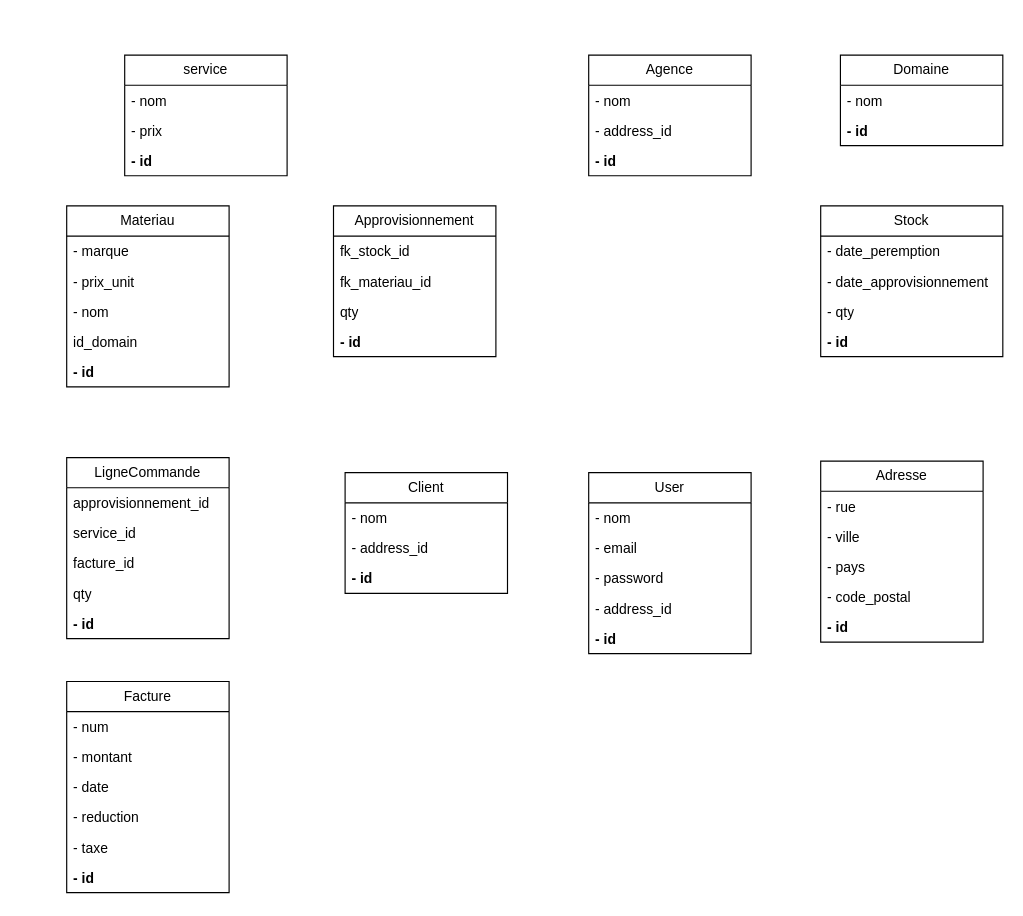
The draw.io diagram page "modele relationnel" (2 of 2) of revisions/guicopresse.drawio in arseneRuben/INF1094, before the edit. Source tidied: cells renumbered, new cells numbered last; positions are measured from the earlier drawing's top-left corner, leaving out a move shared by most shapes. Both pictures are drawn from the tidied source at 116%, with x=0, y=0 at pixel (66, 55).
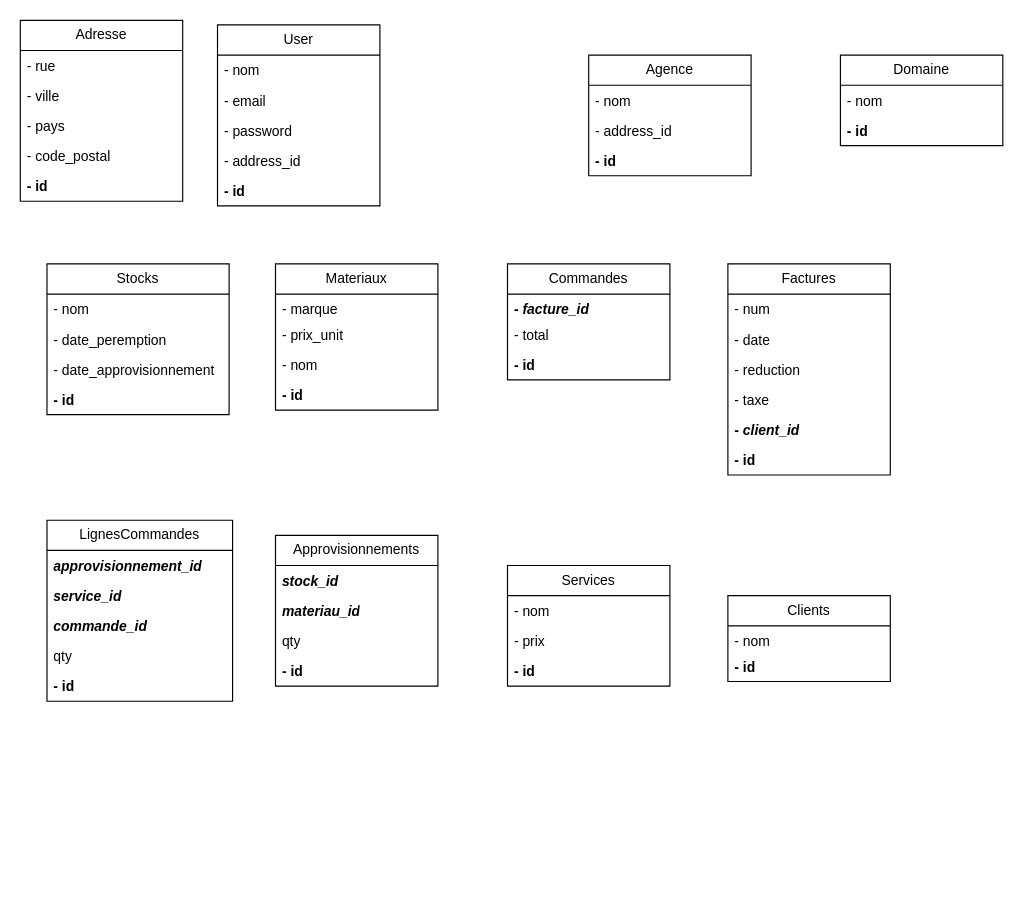
After the change.

Change to the diagram source:
```diff
@@
-    <mxCell id="2" value="Materiau" style="swimlane;fontStyle=0;horizontal=1;startSize=26;fillColor=none;whiteSpace=wrap;html=1;" parent="1" vertex="1">
-      <mxGeometry y="130" width="140" height="156" as="geometry" />
+    <mxCell id="2" value="Materiaux" style="swimlane;fontStyle=0;horizontal=1;startSize=26;fillColor=none;whiteSpace=wrap;html=1;" parent="1" vertex="1">
+      <mxGeometry x="180" y="180" width="140" height="126" as="geometry" />
     </mxCell>
     <mxCell id="3" value="- marque" style="text;strokeColor=none;fillColor=none;align=left;verticalAlign=top;spacingLeft=4;spacingRight=4;overflow=hidden;whiteSpace=wrap;html=1;" parent="2" vertex="1">
-      <mxGeometry y="26" width="140" height="26" as="geometry" />
+      <mxGeometry y="26" width="140" height="22" as="geometry" />
     </mxCell>
     <mxCell id="4" value="- prix_unit" style="text;strokeColor=none;fillColor=none;align=left;verticalAlign=top;spacingLeft=4;spacingRight=4;overflow=hidden;whiteSpace=wrap;html=1;" parent="2" vertex="1">
-      <mxGeometry y="52" width="140" height="26" as="geometry" />
+      <mxGeometry y="48" width="140" height="26" as="geometry" />
     </mxCell>
     <mxCell id="5" value="- nom" style="text;strokeColor=none;fillColor=none;align=left;verticalAlign=top;spacingLeft=4;spacingRight=4;overflow=hidden;whiteSpace=wrap;html=1;" parent="2" vertex="1">
-      <mxGeometry y="78" width="140" height="26" as="geometry" />
+      <mxGeometry y="74" width="140" height="26" as="geometry" />
     </mxCell>
-    <mxCell id="6" value="id_domain" style="text;strokeColor=none;fillColor=none;align=left;verticalAlign=top;spacingLeft=4;spacingRight=4;overflow=hidden;whiteSpace=wrap;html=1;" parent="2" vertex="1">
-      <mxGeometry y="104" width="140" height="26" as="geometry" />
-    </mxCell>
     <mxCell id="7" value="&lt;b&gt;- id&lt;/b&gt;" style="text;strokeColor=none;fillColor=none;align=left;verticalAlign=top;spacingLeft=4;spacingRight=4;overflow=hidden;whiteSpace=wrap;html=1;" parent="2" vertex="1">
-      <mxGeometry y="130" width="140" height="26" as="geometry" />
+      <mxGeometry y="100" width="140" height="26" as="geometry" />
     </mxCell>
@@
-    <mxCell id="11" value="Approvisionnement" style="swimlane;fontStyle=0;horizontal=1;startSize=26;fillColor=none;whiteSpace=wrap;html=1;" parent="1" vertex="1">
-      <mxGeometry x="230" y="130" width="140" height="130" as="geometry" />
+    <mxCell id="11" value="Approvisionnements" style="swimlane;fontStyle=0;horizontal=1;startSize=26;fillColor=none;whiteSpace=wrap;html=1;" parent="1" vertex="1">
+      <mxGeometry x="180" y="414" width="140" height="130" as="geometry" />
     </mxCell>
-    <mxCell id="12" value="fk_stock_id" style="text;strokeColor=none;fillColor=none;align=left;verticalAlign=top;spacingLeft=4;spacingRight=4;overflow=hidden;whiteSpace=wrap;html=1;" parent="11" vertex="1">
+    <mxCell id="12" value="&lt;i&gt;stock_id&lt;/i&gt;" style="text;strokeColor=none;fillColor=none;align=left;verticalAlign=top;spacingLeft=4;spacingRight=4;overflow=hidden;whiteSpace=wrap;html=1;fontStyle=1;" parent="11" vertex="1">
       <mxGeometry y="26" width="140" height="26" as="geometry" />
     </mxCell>
-    <mxCell id="13" value="fk_materiau_id" style="text;strokeColor=none;fillColor=none;align=left;verticalAlign=top;spacingLeft=4;spacingRight=4;overflow=hidden;whiteSpace=wrap;html=1;" parent="11" vertex="1">
+    <mxCell id="13" value="&lt;i&gt;materiau_id&lt;/i&gt;" style="text;strokeColor=none;fillColor=none;align=left;verticalAlign=top;spacingLeft=4;spacingRight=4;overflow=hidden;whiteSpace=wrap;html=1;fontStyle=1;" parent="11" vertex="1">
       <mxGeometry y="52" width="140" height="26" as="geometry" />
     </mxCell>
@@
-    <mxCell id="16" value="Stock" style="swimlane;fontStyle=0;horizontal=1;startSize=26;fillColor=none;whiteSpace=wrap;html=1;" parent="1" vertex="1">
-      <mxGeometry x="650" y="130" width="157" height="130" as="geometry" />
+    <mxCell id="16" value="Stocks" style="swimlane;fontStyle=0;horizontal=1;startSize=26;fillColor=none;whiteSpace=wrap;html=1;" parent="1" vertex="1">
+      <mxGeometry x="-17" y="180" width="157" height="130" as="geometry" />
     </mxCell>
+    <mxCell id="58" value="- nom" style="text;strokeColor=none;fillColor=none;align=left;verticalAlign=top;spacingLeft=4;spacingRight=4;overflow=hidden;whiteSpace=wrap;html=1;" parent="16" vertex="1">
+      <mxGeometry y="26" width="157" height="26" as="geometry" />
+    </mxCell>
     <mxCell id="17" value="- date_peremption" style="text;strokeColor=none;fillColor=none;align=left;verticalAlign=top;spacingLeft=4;spacingRight=4;overflow=hidden;whiteSpace=wrap;html=1;" parent="16" vertex="1">
-      <mxGeometry y="26" width="157" height="26" as="geometry" />
+      <mxGeometry y="52" width="157" height="26" as="geometry" />
     </mxCell>
     <mxCell id="18" value="- date_approvisionnement" style="text;strokeColor=none;fillColor=none;align=left;verticalAlign=top;spacingLeft=4;spacingRight=4;overflow=hidden;whiteSpace=wrap;html=1;" parent="16" vertex="1">
-      <mxGeometry y="52" width="157" height="26" as="geometry" />
+      <mxGeometry y="78" width="157" height="26" as="geometry" />
     </mxCell>
-    <mxCell id="19" value="- qty" style="text;strokeColor=none;fillColor=none;align=left;verticalAlign=top;spacingLeft=4;spacingRight=4;overflow=hidden;whiteSpace=wrap;html=1;" parent="16" vertex="1">
-      <mxGeometry y="78" width="157" height="26" as="geometry" />
-    </mxCell>
@@
     <mxCell id="25" value="Adresse" style="swimlane;fontStyle=0;horizontal=1;startSize=26;fillColor=none;whiteSpace=wrap;html=1;" parent="1" vertex="1">
-      <mxGeometry x="650" y="350" width="140" height="156" as="geometry" />
+      <mxGeometry x="-40" y="-30" width="140" height="156" as="geometry" />
     </mxCell>
@@
-    <mxCell id="31" value="Client" style="swimlane;fontStyle=0;horizontal=1;startSize=26;fillColor=none;whiteSpace=wrap;html=1;" parent="1" vertex="1">
-      <mxGeometry x="240" y="360" width="140" height="104" as="geometry" />
+    <mxCell id="31" value="Clients" style="swimlane;fontStyle=0;horizontal=1;startSize=26;fillColor=none;whiteSpace=wrap;html=1;" parent="1" vertex="1">
+      <mxGeometry x="570" y="466" width="140" height="74" as="geometry" />
     </mxCell>
     <mxCell id="32" value="- nom" style="text;strokeColor=none;fillColor=none;align=left;verticalAlign=top;spacingLeft=4;spacingRight=4;overflow=hidden;whiteSpace=wrap;html=1;" parent="31" vertex="1">
-      <mxGeometry y="26" width="140" height="26" as="geometry" />
+      <mxGeometry y="26" width="140" height="22" as="geometry" />
     </mxCell>
-    <mxCell id="33" value="- address_id" style="text;strokeColor=none;fillColor=none;align=left;verticalAlign=top;spacingLeft=4;spacingRight=4;overflow=hidden;whiteSpace=wrap;html=1;" parent="31" vertex="1">
-      <mxGeometry y="52" width="140" height="26" as="geometry" />
-    </mxCell>
     <mxCell id="34" value="&lt;b&gt;- id&lt;/b&gt;" style="text;strokeColor=none;fillColor=none;align=left;verticalAlign=top;spacingLeft=4;spacingRight=4;overflow=hidden;whiteSpace=wrap;html=1;" parent="31" vertex="1">
-      <mxGeometry y="78" width="140" height="26" as="geometry" />
+      <mxGeometry y="48" width="140" height="26" as="geometry" />
     </mxCell>
-    <mxCell id="35" value="Facture" style="swimlane;fontStyle=0;horizontal=1;startSize=26;fillColor=none;whiteSpace=wrap;html=1;" parent="1" vertex="1">
-      <mxGeometry y="540" width="140" height="182" as="geometry" />
+    <mxCell id="35" value="Factures" style="swimlane;fontStyle=0;horizontal=1;startSize=26;fillColor=none;whiteSpace=wrap;html=1;" parent="1" vertex="1">
+      <mxGeometry x="570" y="180" width="140" height="182" as="geometry" />
     </mxCell>
@@
-    <mxCell id="37" value="- montant" style="text;strokeColor=none;fillColor=none;align=left;verticalAlign=top;spacingLeft=4;spacingRight=4;overflow=hidden;whiteSpace=wrap;html=1;" parent="35" vertex="1">
-      <mxGeometry y="52" width="140" height="26" as="geometry" />
-    </mxCell>
     <mxCell id="38" value="- date" style="text;strokeColor=none;fillColor=none;align=left;verticalAlign=top;spacingLeft=4;spacingRight=4;overflow=hidden;whiteSpace=wrap;html=1;" parent="35" vertex="1">
-      <mxGeometry y="78" width="140" height="26" as="geometry" />
+      <mxGeometry y="52" width="140" height="26" as="geometry" />
     </mxCell>
     <mxCell id="39" value="- reduction" style="text;strokeColor=none;fillColor=none;align=left;verticalAlign=top;spacingLeft=4;spacingRight=4;overflow=hidden;whiteSpace=wrap;html=1;" parent="35" vertex="1">
-      <mxGeometry y="104" width="140" height="26" as="geometry" />
+      <mxGeometry y="78" width="140" height="26" as="geometry" />
     </mxCell>
     <mxCell id="40" value="- taxe" style="text;strokeColor=none;fillColor=none;align=left;verticalAlign=top;spacingLeft=4;spacingRight=4;overflow=hidden;whiteSpace=wrap;html=1;" parent="35" vertex="1">
-      <mxGeometry y="130" width="140" height="26" as="geometry" />
+      <mxGeometry y="104" width="140" height="26" as="geometry" />
     </mxCell>
+    <mxCell id="59" value="- &lt;i&gt;client_id&lt;/i&gt;" style="text;strokeColor=none;fillColor=none;align=left;verticalAlign=top;spacingLeft=4;spacingRight=4;overflow=hidden;whiteSpace=wrap;html=1;fontStyle=1;" parent="35" vertex="1">
+      <mxGeometry y="130" width="140" height="26" as="geometry" />
+    </mxCell>
@@
-    <mxCell id="42" value="LigneCommande" style="swimlane;fontStyle=0;horizontal=1;startSize=26;fillColor=none;whiteSpace=wrap;html=1;" parent="1" vertex="1">
-      <mxGeometry y="347" width="140" height="156" as="geometry" />
+    <mxCell id="42" value="LignesCommandes" style="swimlane;fontStyle=0;horizontal=1;startSize=26;fillColor=none;whiteSpace=wrap;html=1;" parent="1" vertex="1">
+      <mxGeometry x="-17" y="401" width="160" height="156" as="geometry" />
     </mxCell>
-    <mxCell id="43" value="approvisionnement_id" style="text;strokeColor=none;fillColor=none;align=left;verticalAlign=top;spacingLeft=4;spacingRight=4;overflow=hidden;whiteSpace=wrap;html=1;" parent="42" vertex="1">
-      <mxGeometry y="26" width="140" height="26" as="geometry" />
+    <mxCell id="43" value="&lt;i&gt;approvisionnement_id&lt;/i&gt;" style="text;strokeColor=none;fillColor=none;align=left;verticalAlign=top;spacingLeft=4;spacingRight=4;overflow=hidden;whiteSpace=wrap;html=1;fontStyle=1;" parent="42" vertex="1">
+      <mxGeometry y="26" width="160" height="26" as="geometry" />
     </mxCell>
-    <mxCell id="44" value="service_id" style="text;strokeColor=none;fillColor=none;align=left;verticalAlign=top;spacingLeft=4;spacingRight=4;overflow=hidden;whiteSpace=wrap;html=1;" parent="42" vertex="1">
-      <mxGeometry y="52" width="140" height="26" as="geometry" />
+    <mxCell id="44" value="&lt;i&gt;service_id&lt;/i&gt;" style="text;strokeColor=none;fillColor=none;align=left;verticalAlign=top;spacingLeft=4;spacingRight=4;overflow=hidden;whiteSpace=wrap;html=1;fontStyle=1;" parent="42" vertex="1">
+      <mxGeometry y="52" width="160" height="26" as="geometry" />
     </mxCell>
-    <mxCell id="45" value="facture_id" style="text;strokeColor=none;fillColor=none;align=left;verticalAlign=top;spacingLeft=4;spacingRight=4;overflow=hidden;whiteSpace=wrap;html=1;" parent="42" vertex="1">
-      <mxGeometry y="78" width="140" height="26" as="geometry" />
+    <mxCell id="45" value="&lt;i&gt;commande_id&lt;/i&gt;" style="text;strokeColor=none;fillColor=none;align=left;verticalAlign=top;spacingLeft=4;spacingRight=4;overflow=hidden;whiteSpace=wrap;html=1;fontStyle=1;" parent="42" vertex="1">
+      <mxGeometry y="78" width="160" height="26" as="geometry" />
     </mxCell>
     <mxCell id="46" value="qty" style="text;strokeColor=none;fillColor=none;align=left;verticalAlign=top;spacingLeft=4;spacingRight=4;overflow=hidden;whiteSpace=wrap;html=1;" parent="42" vertex="1">
-      <mxGeometry y="104" width="140" height="26" as="geometry" />
+      <mxGeometry y="104" width="160" height="26" as="geometry" />
     </mxCell>
     <mxCell id="47" value="&lt;b&gt;- id&lt;/b&gt;" style="text;strokeColor=none;fillColor=none;align=left;verticalAlign=top;spacingLeft=4;spacingRight=4;overflow=hidden;whiteSpace=wrap;html=1;" parent="42" vertex="1">
-      <mxGeometry y="130" width="140" height="26" as="geometry" />
+      <mxGeometry y="130" width="160" height="26" as="geometry" />
     </mxCell>
-    <mxCell id="48" value="service" style="swimlane;fontStyle=0;horizontal=1;startSize=26;fillColor=none;whiteSpace=wrap;html=1;" parent="1" vertex="1">
-      <mxGeometry x="50" width="140" height="104" as="geometry" />
+    <mxCell id="48" value="Services" style="swimlane;fontStyle=0;horizontal=1;startSize=26;fillColor=none;whiteSpace=wrap;html=1;" parent="1" vertex="1">
+      <mxGeometry x="380" y="440" width="140" height="104" as="geometry" />
     </mxCell>
@@
     <mxCell id="52" value="User" style="swimlane;fontStyle=0;horizontal=1;startSize=26;fillColor=none;whiteSpace=wrap;html=1;" parent="1" vertex="1">
-      <mxGeometry x="450" y="360" width="140" height="156" as="geometry" />
+      <mxGeometry x="130" y="-26" width="140" height="156" as="geometry" />
     </mxCell>
@@
+    <mxCell id="60" value="Commandes" style="swimlane;fontStyle=0;horizontal=1;startSize=26;fillColor=none;whiteSpace=wrap;html=1;" parent="1" vertex="1">
+      <mxGeometry x="380" y="180" width="140" height="100" as="geometry" />
+    </mxCell>
+    <mxCell id="61" value="&lt;i&gt;- facture_id&lt;/i&gt;" style="text;strokeColor=none;fillColor=none;align=left;verticalAlign=top;spacingLeft=4;spacingRight=4;overflow=hidden;whiteSpace=wrap;html=1;fontStyle=1;" parent="60" vertex="1">
+      <mxGeometry y="26" width="140" height="22" as="geometry" />
+    </mxCell>
+    <mxCell id="62" value="- total" style="text;strokeColor=none;fillColor=none;align=left;verticalAlign=top;spacingLeft=4;spacingRight=4;overflow=hidden;whiteSpace=wrap;html=1;" parent="60" vertex="1">
+      <mxGeometry y="48" width="140" height="26" as="geometry" />
+    </mxCell>
+    <mxCell id="63" value="&lt;b&gt;- id&lt;/b&gt;" style="text;strokeColor=none;fillColor=none;align=left;verticalAlign=top;spacingLeft=4;spacingRight=4;overflow=hidden;whiteSpace=wrap;html=1;" parent="60" vertex="1">
+      <mxGeometry y="74" width="140" height="26" as="geometry" />
+    </mxCell>
```
